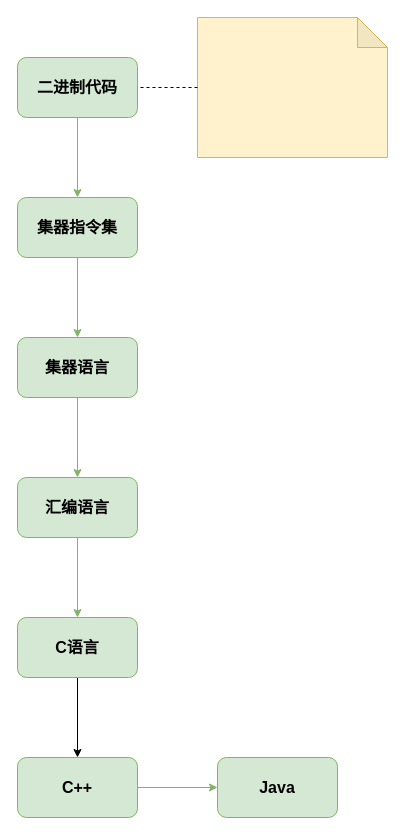
Garsonw/flow-chart keeps this draw.io diagram as 语言流程图.drawio. Above is the earlier version. Source tidied: cells renumbered, new cells numbered last; positions are measured from the earlier drawing's top-left corner, leaving out a move shared by most shapes. Both pictures are drawn from the tidied source at 100%, with x=0, y=0 at pixel (17, 17).
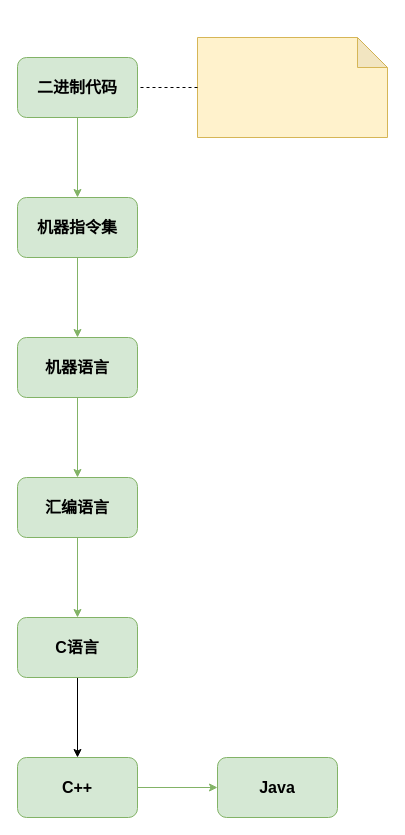
The same diagram, later.

Commit message:
语言流程图

Diff of the diagram source:
```diff
@@
 <mxGraphModel>
   <root>
     <mxCell id="0" />
     <mxCell id="1" parent="0" />
     <mxCell id="2" style="edgeStyle=orthogonalEdgeStyle;rounded=0;jettySize=auto;html=1;strokeWidth=1;fontSize=16;fontStyle=1;fillColor=#d5e8d4;strokeColor=#82b366;" parent="1" edge="1" source="3" target="5">
       <mxGeometry relative="1" as="geometry" />
     </mxCell>
     <mxCell id="3" value="二进制代码" style="rounded=1;whiteSpace=wrap;html=1;strokeWidth=1;fontSize=16;fontStyle=1;fillColor=#d5e8d4;strokeColor=#82b366;" parent="1" vertex="1">
       <mxGeometry y="40" width="120" height="60" as="geometry" />
     </mxCell>
     <mxCell id="4" style="edgeStyle=orthogonalEdgeStyle;rounded=0;jettySize=auto;html=1;strokeWidth=1;fontSize=16;fontStyle=1;fillColor=#d5e8d4;strokeColor=#82b366;" parent="1" edge="1" source="5" target="7">
       <mxGeometry relative="1" as="geometry" />
     </mxCell>
-    <mxCell id="5" value="集器指令集" style="whiteSpace=wrap;html=1;rounded=1;strokeWidth=1;fontSize=16;fontStyle=1;fillColor=#d5e8d4;strokeColor=#82b366;" parent="1" vertex="1">
+    <mxCell id="5" value="机器指令集" style="whiteSpace=wrap;html=1;rounded=1;strokeWidth=1;fontSize=16;fontStyle=1;fillColor=#d5e8d4;strokeColor=#82b366;" parent="1" vertex="1">
       <mxGeometry y="180" width="120" height="60" as="geometry" />
     </mxCell>
     <mxCell id="6" style="edgeStyle=orthogonalEdgeStyle;rounded=0;jettySize=auto;html=1;strokeWidth=1;fontSize=16;fontStyle=1;fillColor=#d5e8d4;strokeColor=#82b366;" parent="1" edge="1" source="7" target="9">
       <mxGeometry relative="1" as="geometry" />
     </mxCell>
-    <mxCell id="7" value="集器语言" style="whiteSpace=wrap;html=1;rounded=1;strokeWidth=1;fontSize=16;fontStyle=1;fillColor=#d5e8d4;strokeColor=#82b366;" parent="1" vertex="1">
+    <mxCell id="7" value="机器语言" style="whiteSpace=wrap;html=1;rounded=1;strokeWidth=1;fontSize=16;fontStyle=1;fillColor=#d5e8d4;strokeColor=#82b366;" parent="1" vertex="1">
       <mxGeometry y="320" width="120" height="60" as="geometry" />
     </mxCell>
     <mxCell id="8" style="edgeStyle=orthogonalEdgeStyle;rounded=0;jettySize=auto;html=1;strokeWidth=1;fontSize=16;fontStyle=1;fillColor=#d5e8d4;strokeColor=#82b366;" parent="1" edge="1" source="9" target="11">
       <mxGeometry relative="1" as="geometry" />
     </mxCell>
     <mxCell id="9" value="汇编语言" style="whiteSpace=wrap;html=1;rounded=1;strokeWidth=1;fontSize=16;fontStyle=1;fillColor=#d5e8d4;strokeColor=#82b366;" parent="1" vertex="1">
       <mxGeometry y="460" width="120" height="60" as="geometry" />
     </mxCell>
     <mxCell id="10" style="edgeStyle=orthogonalEdgeStyle;rounded=0;jettySize=auto;html=1;strokeWidth=1;fontSize=16;fontStyle=1;" parent="1" edge="1" source="11" target="13">
       <mxGeometry relative="1" as="geometry" />
     </mxCell>
     <mxCell id="11" value="C语言" style="whiteSpace=wrap;html=1;rounded=1;strokeWidth=1;fontSize=16;fontStyle=1;fillColor=#d5e8d4;strokeColor=#82b366;" parent="1" vertex="1">
       <mxGeometry y="600" width="120" height="60" as="geometry" />
     </mxCell>
     <mxCell id="12" style="edgeStyle=orthogonalEdgeStyle;rounded=0;jettySize=auto;html=1;strokeWidth=1;fontSize=16;fontStyle=1;fillColor=#d5e8d4;strokeColor=#82b366;" parent="1" edge="1" source="13" target="14">
       <mxGeometry relative="1" as="geometry" />
     </mxCell>
     <mxCell id="13" value="C++" style="whiteSpace=wrap;html=1;rounded=1;strokeWidth=1;fontSize=16;fontStyle=1;fillColor=#d5e8d4;strokeColor=#82b366;" parent="1" vertex="1">
       <mxGeometry y="740" width="120" height="60" as="geometry" />
     </mxCell>
     <mxCell id="14" value="Java" style="whiteSpace=wrap;html=1;rounded=1;strokeWidth=1;fontSize=16;fontStyle=1;fillColor=#d5e8d4;strokeColor=#82b366;" parent="1" vertex="1">
       <mxGeometry x="200" y="740" width="120" height="60" as="geometry" />
     </mxCell>
     <mxCell id="15" style="shape=note;whiteSpace=wrap;html=1;backgroundOutline=1;darkOpacity=0.05;fillColor=#fff2cc;strokeColor=#d6b656;" parent="1" vertex="1">
-      <mxGeometry x="180" width="190" height="140" as="geometry" />
+      <mxGeometry x="180" y="20" width="190" height="100" as="geometry" />
     </mxCell>
     <mxCell id="16" style="endArrow=none;dashed=1;html=1;entryX=1;entryY=0.5;entryDx=0;entryDy=0;" parent="1" edge="1" source="15" target="3">
       <mxGeometry relative="1" as="geometry" />
     </mxCell>
   </root>
 </mxGraphModel>
```
